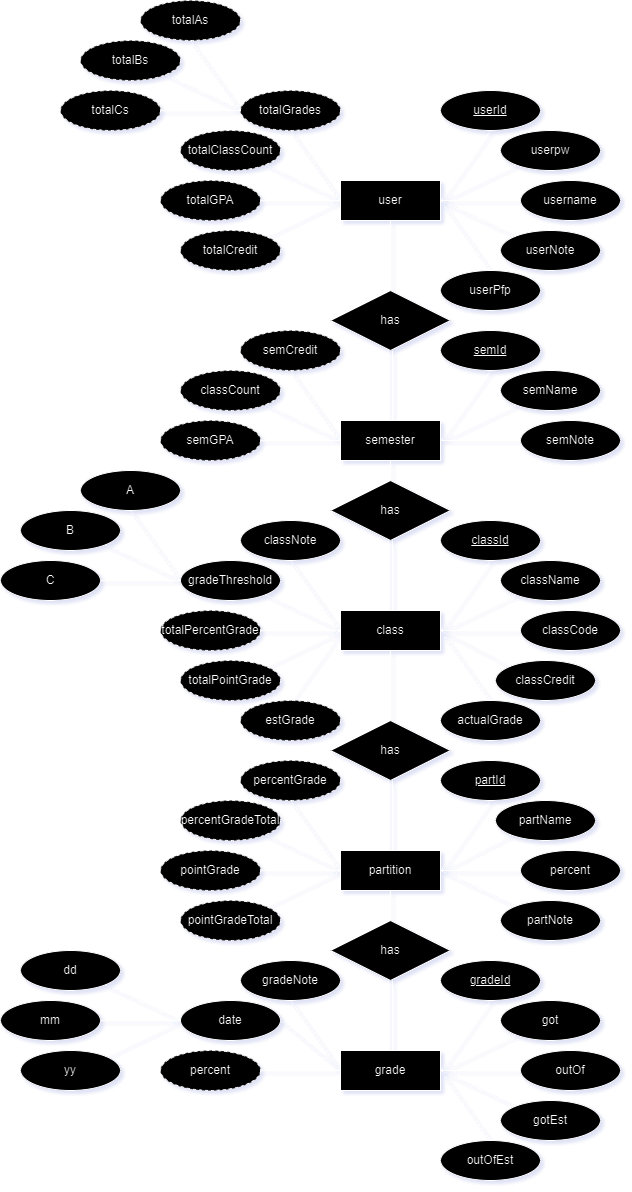
This is graphics/erd.png from 7cevge/GoatedGrades_TrackerApp, a draw.io export, as it was before one commit. Source tidied: cells renumbered, new cells last; positions are measured from the earlier drawing's top-left corner, leaving out a move shared by most shapes.
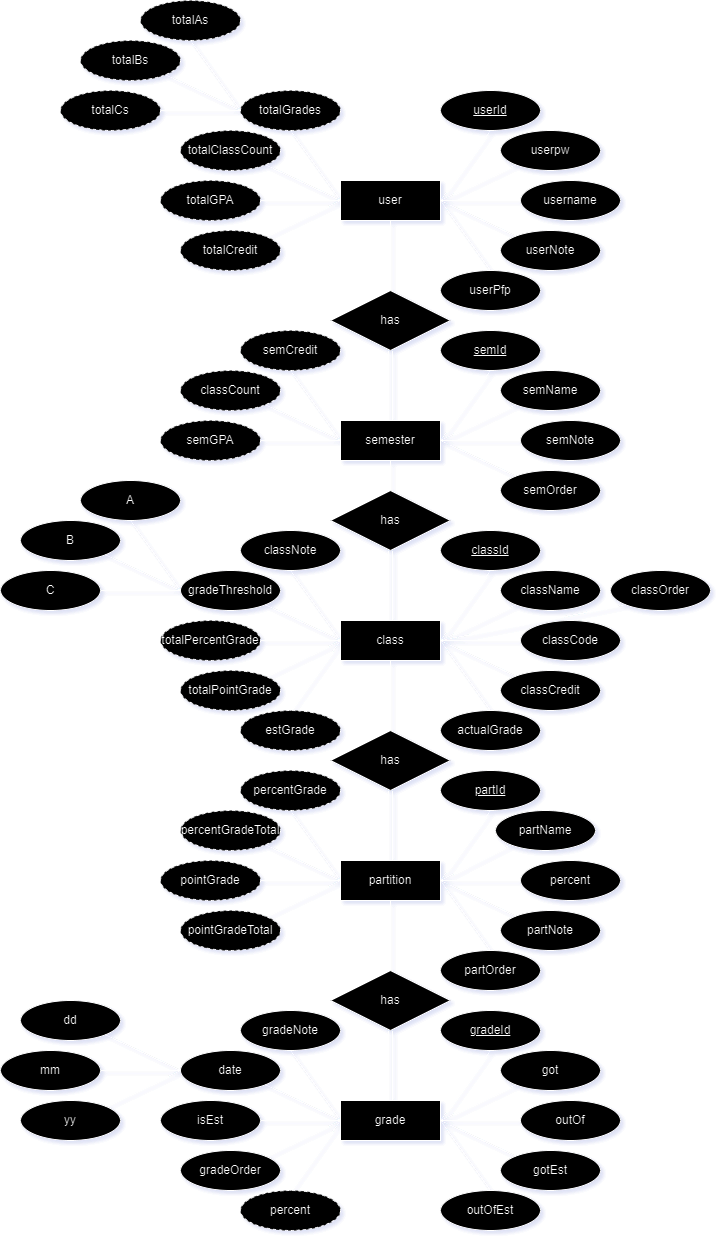
Later version of the same file.

The edit, as a diff of the source:
```diff
@@ -9,25 +9,25 @@
       <mxGeometry x="340" y="420" width="100" height="40" as="geometry" />
     </mxCell>
     <mxCell id="4" value="class" style="whiteSpace=wrap;html=1;align=center;" parent="1" vertex="1">
-      <mxGeometry x="340" y="610" width="100" height="40" as="geometry" />
+      <mxGeometry x="340" y="620" width="100" height="40" as="geometry" />
     </mxCell>
     <mxCell id="5" value="partition" style="whiteSpace=wrap;html=1;align=center;" parent="1" vertex="1">
-      <mxGeometry x="340" y="850" width="100" height="40" as="geometry" />
+      <mxGeometry x="340" y="860" width="100" height="40" as="geometry" />
     </mxCell>
     <mxCell id="6" value="grade" style="whiteSpace=wrap;html=1;align=center;" parent="1" vertex="1">
-      <mxGeometry x="340" y="1050" width="100" height="40" as="geometry" />
+      <mxGeometry x="340" y="1100" width="100" height="40" as="geometry" />
     </mxCell>
     <mxCell id="7" value="has" style="shape=rhombus;perimeter=rhombusPerimeter;whiteSpace=wrap;html=1;align=center;" parent="1" vertex="1">
       <mxGeometry x="330" y="290" width="120" height="60" as="geometry" />
     </mxCell>
     <mxCell id="8" value="has" style="shape=rhombus;perimeter=rhombusPerimeter;whiteSpace=wrap;html=1;align=center;" parent="1" vertex="1">
-      <mxGeometry x="330" y="480" width="120" height="60" as="geometry" />
+      <mxGeometry x="330" y="490" width="120" height="60" as="geometry" />
     </mxCell>
     <mxCell id="9" value="has" style="shape=rhombus;perimeter=rhombusPerimeter;whiteSpace=wrap;html=1;align=center;" parent="1" vertex="1">
-      <mxGeometry x="330" y="720" width="120" height="60" as="geometry" />
+      <mxGeometry x="330" y="730" width="120" height="60" as="geometry" />
     </mxCell>
     <mxCell id="10" value="has" style="shape=rhombus;perimeter=rhombusPerimeter;whiteSpace=wrap;html=1;align=center;" parent="1" vertex="1">
-      <mxGeometry x="330" y="920" width="120" height="60" as="geometry" />
+      <mxGeometry x="330" y="970" width="120" height="60" as="geometry" />
     </mxCell>
     <mxCell id="11" style="endArrow=none;html=1;rounded=0;exitX=0.5;exitY=1;exitDx=0;exitDy=0;entryX=0.5;entryY=0;entryDx=0;entryDy=0;" parent="1" edge="1" source="2" target="7">
       <mxGeometry relative="1" as="geometry" />
@@ -66,13 +66,13 @@
       <mxGeometry x="1" relative="1" as="geometry" />
     </mxCell>
     <mxCell id="23" value="classId" style="ellipse;whiteSpace=wrap;html=1;align=center;fontStyle=4;" parent="1" vertex="1">
-      <mxGeometry x="440" y="520" width="100" height="40" as="geometry" />
+      <mxGeometry x="440" y="530" width="100" height="40" as="geometry" />
     </mxCell>
     <mxCell id="24" value="partId" style="ellipse;whiteSpace=wrap;html=1;align=center;fontStyle=4;" parent="1" vertex="1">
-      <mxGeometry x="440" y="760" width="100" height="40" as="geometry" />
+      <mxGeometry x="440" y="770" width="100" height="40" as="geometry" />
     </mxCell>
     <mxCell id="25" value="gradeId" style="ellipse;whiteSpace=wrap;html=1;align=center;fontStyle=4;" parent="1" vertex="1">
-      <mxGeometry x="440" y="960" width="100" height="40" as="geometry" />
+      <mxGeometry x="440" y="1010" width="100" height="40" as="geometry" />
     </mxCell>
     <mxCell id="26" style="endArrow=none;html=1;rounded=0;exitX=0.5;exitY=1;exitDx=0;exitDy=0;entryX=1;entryY=0.5;entryDx=0;entryDy=0;" parent="1" edge="1" source="23" target="4">
       <mxGeometry relative="1" as="geometry" />
@@ -90,25 +90,25 @@
       <mxGeometry x="160" y="420" width="100" height="40" as="geometry" />
     </mxCell>
     <mxCell id="31" value="classCode" style="ellipse;whiteSpace=wrap;html=1;align=center;" parent="1" vertex="1">
-      <mxGeometry x="520" y="610" width="100" height="40" as="geometry" />
+      <mxGeometry x="520" y="620" width="100" height="40" as="geometry" />
     </mxCell>
     <mxCell id="32" value="className" style="ellipse;whiteSpace=wrap;html=1;align=center;" parent="1" vertex="1">
-      <mxGeometry x="500" y="560" width="100" height="40" as="geometry" />
+      <mxGeometry x="500" y="570" width="100" height="40" as="geometry" />
     </mxCell>
     <mxCell id="33" value="classCredit" style="ellipse;whiteSpace=wrap;html=1;align=center;" parent="1" vertex="1">
-      <mxGeometry x="495" y="660" width="100" height="40" as="geometry" />
+      <mxGeometry x="500" y="670" width="100" height="40" as="geometry" />
     </mxCell>
     <mxCell id="34" value="totalPercentGrade" style="ellipse;whiteSpace=wrap;html=1;align=center;dashed=1;" parent="1" vertex="1">
-      <mxGeometry x="160" y="610" width="100" height="40" as="geometry" />
+      <mxGeometry x="160" y="620" width="100" height="40" as="geometry" />
     </mxCell>
     <mxCell id="35" value="totalPointGrade" style="ellipse;whiteSpace=wrap;html=1;align=center;dashed=1;" parent="1" vertex="1">
-      <mxGeometry x="180" y="660" width="100" height="40" as="geometry" />
+      <mxGeometry x="180" y="670" width="100" height="40" as="geometry" />
     </mxCell>
     <mxCell id="36" value="actualGrade" style="ellipse;whiteSpace=wrap;html=1;align=center;" parent="1" vertex="1">
-      <mxGeometry x="440" y="700" width="100" height="40" as="geometry" />
+      <mxGeometry x="440" y="710" width="100" height="40" as="geometry" />
     </mxCell>
     <mxCell id="37" value="classNote" style="ellipse;whiteSpace=wrap;html=1;align=center;" parent="1" vertex="1">
-      <mxGeometry x="240" y="520" width="100" height="40" as="geometry" />
+      <mxGeometry x="240" y="530" width="100" height="40" as="geometry" />
     </mxCell>
     <mxCell id="38" style="endArrow=none;html=1;rounded=0;exitX=1;exitY=0.5;exitDx=0;exitDy=0;entryX=0.5;entryY=1;entryDx=0;entryDy=0;" parent="1" edge="1" source="3" target="29">
       <mxGeometry relative="1" as="geometry" />
@@ -138,22 +138,22 @@
       <mxGeometry relative="1" as="geometry" />
     </mxCell>
     <mxCell id="47" value="percentGradeTotal" style="ellipse;whiteSpace=wrap;html=1;align=center;dashed=1;" parent="1" vertex="1">
-      <mxGeometry x="180" y="800" width="100" height="40" as="geometry" />
+      <mxGeometry x="180" y="810" width="100" height="40" as="geometry" />
     </mxCell>
     <mxCell id="48" value="pointGrade" style="ellipse;whiteSpace=wrap;html=1;align=center;dashed=1;" parent="1" vertex="1">
-      <mxGeometry x="160" y="850" width="100" height="40" as="geometry" />
+      <mxGeometry x="160" y="860" width="100" height="40" as="geometry" />
     </mxCell>
     <mxCell id="49" value="percent" style="ellipse;whiteSpace=wrap;html=1;align=center;" parent="1" vertex="1">
-      <mxGeometry x="520" y="850" width="100" height="40" as="geometry" />
+      <mxGeometry x="520" y="860" width="100" height="40" as="geometry" />
     </mxCell>
     <mxCell id="50" value="partName" style="ellipse;whiteSpace=wrap;html=1;align=center;" parent="1" vertex="1">
-      <mxGeometry x="495" y="800" width="100" height="40" as="geometry" />
+      <mxGeometry x="495" y="810" width="100" height="40" as="geometry" />
     </mxCell>
     <mxCell id="51" value="percentGrade" style="ellipse;whiteSpace=wrap;html=1;align=center;dashed=1;" parent="1" vertex="1">
-      <mxGeometry x="240" y="760" width="100" height="40" as="geometry" />
+      <mxGeometry x="240" y="770" width="100" height="40" as="geometry" />
     </mxCell>
     <mxCell id="52" value="pointGradeTotal" style="ellipse;whiteSpace=wrap;html=1;align=center;dashed=1;" parent="1" vertex="1">
-      <mxGeometry x="180" y="900" width="100" height="40" as="geometry" />
+      <mxGeometry x="180" y="910" width="100" height="40" as="geometry" />
     </mxCell>
     <mxCell id="53" style="endArrow=none;html=1;rounded=0;exitX=0.5;exitY=1;exitDx=0;exitDy=0;entryX=0;entryY=0.5;entryDx=0;entryDy=0;" parent="1" edge="1" source="51" target="5">
       <mxGeometry relative="1" as="geometry" />
@@ -174,25 +174,25 @@
       <mxGeometry relative="1" as="geometry" />
     </mxCell>
     <mxCell id="59" value="percent" style="ellipse;whiteSpace=wrap;html=1;align=center;dashed=1;" parent="1" vertex="1">
-      <mxGeometry x="160" y="1050" width="100" height="40" as="geometry" />
+      <mxGeometry x="240" y="1190" width="100" height="40" as="geometry" />
     </mxCell>
     <mxCell id="60" value="outOf" style="ellipse;whiteSpace=wrap;html=1;align=center;" parent="1" vertex="1">
-      <mxGeometry x="520" y="1050" width="100" height="40" as="geometry" />
+      <mxGeometry x="520" y="1100" width="100" height="40" as="geometry" />
     </mxCell>
     <mxCell id="61" value="got" style="ellipse;whiteSpace=wrap;html=1;align=center;" parent="1" vertex="1">
-      <mxGeometry x="500" y="1000" width="100" height="40" as="geometry" />
+      <mxGeometry x="500" y="1050" width="100" height="40" as="geometry" />
     </mxCell>
     <mxCell id="62" value="date" style="ellipse;whiteSpace=wrap;html=1;align=center;" parent="1" vertex="1">
-      <mxGeometry x="180" y="1000" width="100" height="40" as="geometry" />
+      <mxGeometry x="180" y="1050" width="100" height="40" as="geometry" />
     </mxCell>
     <mxCell id="63" value="yy" style="ellipse;whiteSpace=wrap;html=1;align=center;" parent="1" vertex="1">
-      <mxGeometry x="20" y="1050" width="100" height="40" as="geometry" />
+      <mxGeometry x="20" y="1100" width="100" height="40" as="geometry" />
     </mxCell>
     <mxCell id="64" value="mm" style="ellipse;whiteSpace=wrap;html=1;align=center;" parent="1" vertex="1">
-      <mxGeometry y="1000" width="100" height="40" as="geometry" />
+      <mxGeometry y="1050" width="100" height="40" as="geometry" />
     </mxCell>
     <mxCell id="65" value="dd" style="ellipse;whiteSpace=wrap;html=1;align=center;" parent="1" vertex="1">
-      <mxGeometry x="20" y="950" width="100" height="40" as="geometry" />
+      <mxGeometry x="20" y="1000" width="100" height="40" as="geometry" />
     </mxCell>
     <mxCell id="66" style="endArrow=none;html=1;rounded=0;entryX=0;entryY=0.5;entryDx=0;entryDy=0;exitX=1;exitY=0;exitDx=0;exitDy=0;" parent="1" edge="1" source="63" target="62">
       <mxGeometry relative="1" as="geometry" />
@@ -200,7 +200,7 @@
     <mxCell id="67" style="endArrow=none;html=1;rounded=0;exitX=0;exitY=0.5;exitDx=0;exitDy=0;entryX=1;entryY=1;entryDx=0;entryDy=0;" parent="1" edge="1" source="62" target="65">
       <mxGeometry relative="1" as="geometry" />
     </mxCell>
-    <mxCell id="68" style="endArrow=none;html=1;rounded=0;exitX=0;exitY=0.5;exitDx=0;exitDy=0;entryX=1;entryY=0.5;entryDx=0;entryDy=0;" parent="1" edge="1" source="6" target="62">
+    <mxCell id="68" style="endArrow=none;html=1;rounded=0;exitX=0;exitY=0.5;exitDx=0;exitDy=0;entryX=1;entryY=1;entryDx=0;entryDy=0;" parent="1" edge="1" source="6" target="62">
       <mxGeometry relative="1" as="geometry" />
     </mxCell>
     <mxCell id="69" style="endArrow=none;html=1;rounded=0;entryX=1;entryY=0.5;entryDx=0;entryDy=0;exitX=0;exitY=0.5;exitDx=0;exitDy=0;" parent="1" edge="1" source="62" target="64">
@@ -216,10 +216,10 @@
       <mxGeometry relative="1" as="geometry" />
     </mxCell>
     <mxCell id="73" value="estGrade" style="ellipse;whiteSpace=wrap;html=1;align=center;dashed=1;" parent="1" vertex="1">
-      <mxGeometry x="240" y="700" width="100" height="40" as="geometry" />
+      <mxGeometry x="240" y="710" width="100" height="40" as="geometry" />
     </mxCell>
     <mxCell id="74" value="gradeThreshold" style="ellipse;whiteSpace=wrap;html=1;align=center;" parent="1" vertex="1">
-      <mxGeometry x="180" y="560" width="100" height="40" as="geometry" />
+      <mxGeometry x="180" y="570" width="100" height="40" as="geometry" />
     </mxCell>
     <mxCell id="75" style="endArrow=none;html=1;rounded=0;entryX=0;entryY=0.5;entryDx=0;entryDy=0;exitX=0.5;exitY=0;exitDx=0;exitDy=0;" parent="1" edge="1" source="73" target="4">
       <mxGeometry relative="1" as="geometry" />
@@ -228,10 +228,10 @@
       <mxGeometry relative="1" as="geometry" />
     </mxCell>
     <mxCell id="77" value="outOfEst" style="ellipse;whiteSpace=wrap;html=1;align=center;" parent="1" vertex="1">
-      <mxGeometry x="440" y="1140" width="100" height="40" as="geometry" />
+      <mxGeometry x="440" y="1190" width="100" height="40" as="geometry" />
     </mxCell>
     <mxCell id="78" value="gotEst" style="ellipse;whiteSpace=wrap;html=1;align=center;" parent="1" vertex="1">
-      <mxGeometry x="500" y="1100" width="100" height="40" as="geometry" />
+      <mxGeometry x="500" y="1150" width="100" height="40" as="geometry" />
     </mxCell>
     <mxCell id="79" style="endArrow=none;html=1;rounded=0;exitX=1;exitY=0.5;exitDx=0;exitDy=0;entryX=0.5;entryY=1;entryDx=0;entryDy=0;" parent="1" edge="1" source="5" target="24">
       <mxGeometry relative="1" as="geometry" />
@@ -242,7 +242,7 @@
     <mxCell id="81" style="endArrow=none;html=1;rounded=0;entryX=1;entryY=0.5;entryDx=0;entryDy=0;exitX=0;exitY=0;exitDx=0;exitDy=0;" parent="1" edge="1" source="78" target="6">
       <mxGeometry relative="1" as="geometry" />
     </mxCell>
-    <mxCell id="82" style="endArrow=none;html=1;rounded=0;entryX=0;entryY=0.5;entryDx=0;entryDy=0;exitX=1;exitY=0.5;exitDx=0;exitDy=0;" parent="1" edge="1" source="59" target="6">
+    <mxCell id="82" style="endArrow=none;html=1;rounded=0;entryX=0;entryY=0.5;entryDx=0;entryDy=0;exitX=0.5;exitY=0;exitDx=0;exitDy=0;" parent="1" edge="1" source="59" target="6">
       <mxGeometry relative="1" as="geometry" />
     </mxCell>
     <mxCell id="83" style="endArrow=none;html=1;rounded=0;exitX=1;exitY=0.5;exitDx=0;exitDy=0;entryX=0;entryY=0.5;entryDx=0;entryDy=0;" parent="1" edge="1" source="6" target="60">
@@ -251,20 +251,22 @@
     <mxCell id="84" style="endArrow=none;html=1;rounded=0;exitX=1;exitY=0.5;exitDx=0;exitDy=0;entryX=0;entryY=1;entryDx=0;entryDy=0;" parent="1" edge="1" source="6" target="61">
       <mxGeometry relative="1" as="geometry" />
     </mxCell>
-    <mxCell id="85" style="endArrow=none;html=1;rounded=0;entryX=0.5;entryY=1;entryDx=0;entryDy=0;exitX=1;exitY=0.5;exitDx=0;exitDy=0;" parent="1" edge="1" source="6" target="25">
-      <mxGeometry relative="1" as="geometry" />
+    <mxCell id="85" style="endArrow=none;html=1;rounded=0;entryX=0.5;entryY=1;entryDx=0;entryDy=0;exitX=1;exitY=0.5;exitDx=0;exitDy=0;" parent="1" edge="1" source="6">
+      <mxGeometry relative="1" as="geometry">
+        <mxPoint x="490" y="1050" as="targetPoint" />
+      </mxGeometry>
     </mxCell>
     <mxCell id="86" style="endArrow=none;html=1;rounded=0;entryX=1;entryY=1;entryDx=0;entryDy=0;exitX=0;exitY=0.5;exitDx=0;exitDy=0;" parent="1" edge="1" source="3" target="70">
       <mxGeometry relative="1" as="geometry" />
     </mxCell>
     <mxCell id="87" value="C" style="ellipse;whiteSpace=wrap;html=1;align=center;" parent="1" vertex="1">
-      <mxGeometry y="560" width="100" height="40" as="geometry" />
+      <mxGeometry y="570" width="100" height="40" as="geometry" />
     </mxCell>
     <mxCell id="88" value="A" style="ellipse;whiteSpace=wrap;html=1;align=center;" parent="1" vertex="1">
-      <mxGeometry x="80" y="470" width="100" height="40" as="geometry" />
+      <mxGeometry x="80" y="480" width="100" height="40" as="geometry" />
     </mxCell>
     <mxCell id="89" value="B" style="ellipse;whiteSpace=wrap;html=1;align=center;" parent="1" vertex="1">
-      <mxGeometry x="20" y="510" width="100" height="40" as="geometry" />
+      <mxGeometry x="20" y="520" width="100" height="40" as="geometry" />
     </mxCell>
     <mxCell id="90" style="endArrow=none;html=1;rounded=0;entryX=1;entryY=0.5;entryDx=0;entryDy=0;exitX=0;exitY=0.5;exitDx=0;exitDy=0;" parent="1" edge="1" source="74" target="87">
       <mxGeometry relative="1" as="geometry" />
@@ -344,13 +346,13 @@
       <mxGeometry relative="1" as="geometry" />
     </mxCell>
     <mxCell id="115" value="partNote" style="ellipse;whiteSpace=wrap;html=1;align=center;" parent="1" vertex="1">
-      <mxGeometry x="500" y="900" width="100" height="40" as="geometry" />
+      <mxGeometry x="500" y="910" width="100" height="40" as="geometry" />
     </mxCell>
     <mxCell id="116" style="endArrow=none;html=1;rounded=0;exitX=0;exitY=0;exitDx=0;exitDy=0;entryX=1;entryY=0.5;entryDx=0;entryDy=0;" parent="1" edge="1" source="115" target="5">
       <mxGeometry relative="1" as="geometry" />
     </mxCell>
     <mxCell id="117" value="gradeNote" style="ellipse;whiteSpace=wrap;html=1;align=center;" parent="1" vertex="1">
-      <mxGeometry x="240" y="960" width="100" height="40" as="geometry" />
+      <mxGeometry x="240" y="1010" width="100" height="40" as="geometry" />
     </mxCell>
     <mxCell id="118" style="endArrow=none;html=1;rounded=0;exitX=0;exitY=0.5;exitDx=0;exitDy=0;entryX=0.5;entryY=1;entryDx=0;entryDy=0;" parent="1" edge="1" source="6" target="117">
       <mxGeometry relative="1" as="geometry" />
@@ -367,5 +369,39 @@
     <mxCell id="122" style="endArrow=none;html=1;rounded=0;entryX=0.5;entryY=0;entryDx=0;entryDy=0;exitX=1;exitY=0.5;exitDx=0;exitDy=0;" parent="1" edge="1" source="2" target="121">
       <mxGeometry relative="1" as="geometry" />
     </mxCell>
+    <mxCell id="123" value="semOrder" style="ellipse;whiteSpace=wrap;html=1;align=center;fontStyle=0;" parent="1" vertex="1">
+      <mxGeometry x="500" y="470" width="100" height="40" as="geometry" />
+    </mxCell>
+    <mxCell id="124" style="endArrow=none;html=1;rounded=0;entryX=0;entryY=0;entryDx=0;entryDy=0;textShadow=1;labelBorderColor=none;" parent="1" edge="1" target="123">
+      <mxGeometry relative="1" as="geometry">
+        <mxPoint x="440" y="440" as="sourcePoint" />
+      </mxGeometry>
+    </mxCell>
+    <mxCell id="125" value="classOrder" style="ellipse;whiteSpace=wrap;html=1;align=center;" parent="1" vertex="1">
+      <mxGeometry x="610" y="570" width="100" height="40" as="geometry" />
+    </mxCell>
+    <mxCell id="126" style="endArrow=none;html=1;rounded=0;exitX=0;exitY=1;exitDx=0;exitDy=0;entryX=1;entryY=0.5;entryDx=0;entryDy=0;" parent="1" edge="1" source="125" target="4">
+      <mxGeometry relative="1" as="geometry" />
+    </mxCell>
+    <mxCell id="127" value="partOrder" style="ellipse;whiteSpace=wrap;html=1;align=center;" parent="1" vertex="1">
+      <mxGeometry x="440" y="950" width="100" height="40" as="geometry" />
+    </mxCell>
+    <mxCell id="128" style="endArrow=none;html=1;rounded=0;exitX=0.5;exitY=0;exitDx=0;exitDy=0;entryX=1;entryY=0.5;entryDx=0;entryDy=0;" parent="1" edge="1" source="127" target="5">
+      <mxGeometry relative="1" as="geometry" />
+    </mxCell>
+    <mxCell id="129" value="isEst" style="ellipse;whiteSpace=wrap;html=1;align=center;" parent="1" vertex="1">
+      <mxGeometry x="160" y="1100" width="100" height="40" as="geometry" />
+    </mxCell>
+    <mxCell id="130" value="gradeOrder" style="ellipse;whiteSpace=wrap;html=1;align=center;" parent="1" vertex="1">
+      <mxGeometry x="180" y="1150" width="100" height="40" as="geometry" />
+    </mxCell>
+    <mxCell id="131" style="endArrow=none;html=1;rounded=0;entryX=0;entryY=0.5;entryDx=0;entryDy=0;exitX=1;exitY=0.5;exitDx=0;exitDy=0;" parent="1" edge="1" source="129" target="6">
+      <mxGeometry relative="1" as="geometry" />
+    </mxCell>
+    <mxCell id="132" style="endArrow=none;html=1;rounded=0;exitX=1;exitY=0;exitDx=0;exitDy=0;" parent="1" edge="1" source="130">
+      <mxGeometry relative="1" as="geometry">
+        <mxPoint x="340" y="1120" as="targetPoint" />
+      </mxGeometry>
+    </mxCell>
   </root>
 </mxGraphModel>
```
